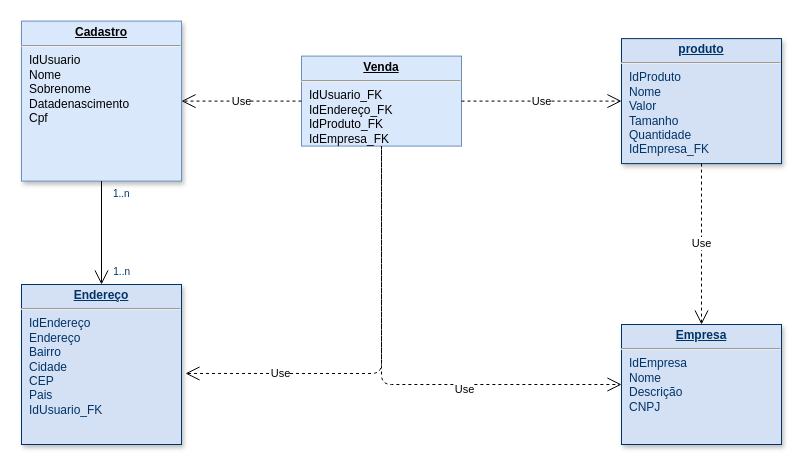
Above: page "Page-1" (1 of 2) of desenho/supertennis.drawio in jhonatalimamacedo/supertennisbd (draw.io), before the change. Source tidied: cells renumbered, new cells numbered last; positions are measured from the earlier drawing's top-left corner, leaving out a move shared by most shapes. Both pictures are drawn from the tidied source at 100%, with x=0, y=0 at pixel (21, 21).
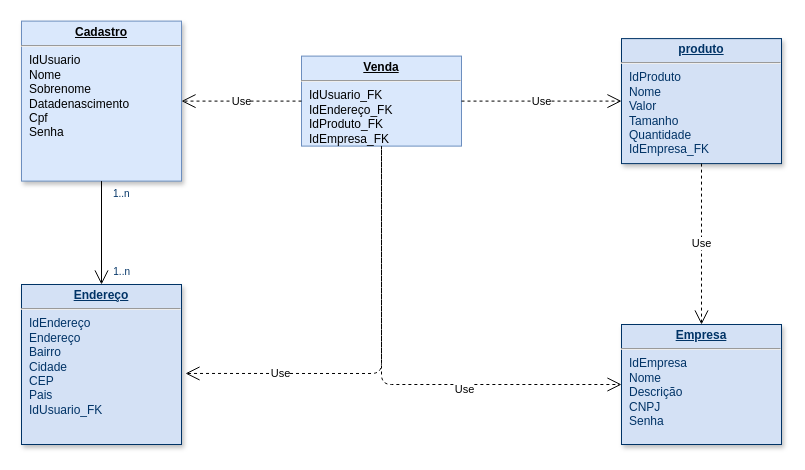
After the change.

Commit message:
update tabela banco

Change to the diagram source:
```diff
@@
 <mxGraphModel>
   <root>
     <mxCell id="0" />
     <mxCell id="1" parent="0" />
-    <mxCell id="2" value="&lt;p style=&quot;margin: 0px ; margin-top: 4px ; text-align: center ; text-decoration: underline&quot;&gt;&lt;b&gt;Empresa&lt;/b&gt;&lt;/p&gt;&lt;hr&gt;&lt;p style=&quot;margin: 0px ; margin-left: 8px&quot;&gt;IdEmpresa&lt;br&gt;Nome&lt;/p&gt;&lt;p style=&quot;margin: 0px ; margin-left: 8px&quot;&gt;Descrição&lt;/p&gt;&lt;p style=&quot;margin: 0px ; margin-left: 8px&quot;&gt;CNPJ&lt;/p&gt;" style="verticalAlign=top;align=left;overflow=fill;fontSize=12;fontFamily=Helvetica;html=1;strokeColor=#003366;shadow=1;fillColor=#D4E1F5;fontColor=#003366;" parent="1" vertex="1">
+    <mxCell id="2" value="&lt;p style=&quot;margin: 0px ; margin-top: 4px ; text-align: center ; text-decoration: underline&quot;&gt;&lt;b&gt;Empresa&lt;/b&gt;&lt;/p&gt;&lt;hr&gt;&lt;p style=&quot;margin: 0px ; margin-left: 8px&quot;&gt;IdEmpresa&lt;br&gt;Nome&lt;/p&gt;&lt;p style=&quot;margin: 0px ; margin-left: 8px&quot;&gt;Descrição&lt;/p&gt;&lt;p style=&quot;margin: 0px ; margin-left: 8px&quot;&gt;CNPJ&lt;/p&gt;&lt;p style=&quot;margin: 0px ; margin-left: 8px&quot;&gt;Senha&lt;/p&gt;" style="verticalAlign=top;align=left;overflow=fill;fontSize=12;fontFamily=Helvetica;html=1;strokeColor=#003366;shadow=1;fillColor=#D4E1F5;fontColor=#003366;" parent="1" vertex="1">
       <mxGeometry x="600" y="303" width="160" height="120" as="geometry" />
     </mxCell>
-    <mxCell id="3" value="&lt;p style=&quot;margin: 0px ; margin-top: 4px ; text-align: center ; text-decoration: underline&quot;&gt;&lt;strong&gt;Cadastro&lt;/strong&gt;&lt;/p&gt;&lt;hr&gt;&lt;p style=&quot;margin: 0px ; margin-left: 8px&quot;&gt;IdUsuario&lt;/p&gt;&lt;p style=&quot;margin: 0px ; margin-left: 8px&quot;&gt;Nome&lt;/p&gt;&lt;p style=&quot;margin: 0px ; margin-left: 8px&quot;&gt;Sobrenome&lt;/p&gt;&lt;p style=&quot;margin: 0px ; margin-left: 8px&quot;&gt;Datadenascimento&lt;/p&gt;&lt;p style=&quot;margin: 0px ; margin-left: 8px&quot;&gt;Cpf&lt;/p&gt;&lt;p style=&quot;margin: 0px ; margin-left: 8px&quot;&gt;&lt;br&gt;&lt;/p&gt;" style="verticalAlign=top;align=left;overflow=fill;fontSize=12;fontFamily=Helvetica;html=1;shadow=1;fillColor=#dae8fc;strokeColor=#6c8ebf;" parent="1" vertex="1">
+    <mxCell id="3" value="&lt;p style=&quot;margin: 0px ; margin-top: 4px ; text-align: center ; text-decoration: underline&quot;&gt;&lt;strong&gt;Cadastro&lt;/strong&gt;&lt;/p&gt;&lt;hr&gt;&lt;p style=&quot;margin: 0px ; margin-left: 8px&quot;&gt;IdUsuario&lt;/p&gt;&lt;p style=&quot;margin: 0px ; margin-left: 8px&quot;&gt;Nome&lt;/p&gt;&lt;p style=&quot;margin: 0px ; margin-left: 8px&quot;&gt;Sobrenome&lt;/p&gt;&lt;p style=&quot;margin: 0px ; margin-left: 8px&quot;&gt;Datadenascimento&lt;/p&gt;&lt;p style=&quot;margin: 0px ; margin-left: 8px&quot;&gt;Cpf&lt;/p&gt;&lt;p style=&quot;margin: 0px ; margin-left: 8px&quot;&gt;Senha&lt;/p&gt;&lt;p style=&quot;margin: 0px ; margin-left: 8px&quot;&gt;&lt;br&gt;&lt;/p&gt;" style="verticalAlign=top;align=left;overflow=fill;fontSize=12;fontFamily=Helvetica;html=1;shadow=1;fillColor=#dae8fc;strokeColor=#6c8ebf;" parent="1" vertex="1">
       <mxGeometry y="-0.4" width="160" height="160" as="geometry" />
     </mxCell>
     <mxCell id="4" value="&lt;p style=&quot;margin: 0px ; margin-top: 4px ; text-align: center ; text-decoration: underline&quot;&gt;&lt;b&gt;produto&lt;/b&gt;&lt;/p&gt;&lt;hr&gt;&lt;p style=&quot;margin: 0px ; margin-left: 8px&quot;&gt;IdProduto&lt;/p&gt;&lt;p style=&quot;margin: 0px ; margin-left: 8px&quot;&gt;Nome&lt;/p&gt;&lt;p style=&quot;margin: 0px ; margin-left: 8px&quot;&gt;Valor&lt;/p&gt;&lt;p style=&quot;margin: 0px ; margin-left: 8px&quot;&gt;Tamanho&lt;/p&gt;&lt;p style=&quot;margin: 0px ; margin-left: 8px&quot;&gt;Quantidade&lt;/p&gt;&lt;p style=&quot;margin: 0px ; margin-left: 8px&quot;&gt;IdEmpresa_FK&lt;/p&gt;" style="verticalAlign=top;align=left;overflow=fill;fontSize=12;fontFamily=Helvetica;html=1;strokeColor=#003366;shadow=1;fillColor=#D4E1F5;fontColor=#003366;" parent="1" vertex="1">
       <mxGeometry x="600" y="17.1" width="160" height="125" as="geometry" />
     </mxCell>
     <mxCell id="5" value="&lt;p style=&quot;margin: 0px ; margin-top: 4px ; text-align: center ; text-decoration: underline&quot;&gt;&lt;b&gt;Endereço&lt;/b&gt;&lt;/p&gt;&lt;hr&gt;&lt;p style=&quot;margin: 0px ; margin-left: 8px&quot;&gt;IdEndereço&lt;/p&gt;&lt;p style=&quot;margin: 0px ; margin-left: 8px&quot;&gt;Endereço&lt;/p&gt;&lt;p style=&quot;margin: 0px ; margin-left: 8px&quot;&gt;Bairro&lt;/p&gt;&lt;p style=&quot;margin: 0px ; margin-left: 8px&quot;&gt;Cidade&lt;/p&gt;&lt;p style=&quot;margin: 0px ; margin-left: 8px&quot;&gt;CEP&lt;/p&gt;&lt;p style=&quot;margin: 0px ; margin-left: 8px&quot;&gt;Pais&lt;/p&gt;&lt;p style=&quot;margin: 0px ; margin-left: 8px&quot;&gt;IdUsuario_FK&lt;/p&gt;&lt;p style=&quot;margin: 0px ; margin-left: 8px&quot;&gt;&lt;br&gt;&lt;/p&gt;" style="verticalAlign=top;align=left;overflow=fill;fontSize=12;fontFamily=Helvetica;html=1;strokeColor=#003366;shadow=1;fillColor=#D4E1F5;fontColor=#003366;" parent="1" vertex="1">
       <mxGeometry y="263" width="160" height="160" as="geometry" />
     </mxCell>
     <mxCell id="6" style="endArrow=open;endSize=12;startArrow=none;startSize=14;startFill=0;edgeStyle=orthogonalEdgeStyle;rounded=0;jumpStyle=none;" parent="1" edge="1" source="3" target="5">
       <mxGeometry x="620" y="340" as="geometry" />
     </mxCell>
     <mxCell id="7" value="1..n" style="align=left;verticalAlign=top;labelBackgroundColor=#ffffff;fontSize=10;strokeColor=#003366;shadow=1;fillColor=#D4E1F5;fontColor=#003366;" parent="6" vertex="1">
       <mxGeometry x="-1" relative="1" as="geometry">
         <mxPoint x="10" as="offset" />
       </mxGeometry>
     </mxCell>
     <mxCell id="8" value="1..n" style="align=right;verticalAlign=top;labelBackgroundColor=#ffffff;fontSize=10;strokeColor=#003366;shadow=1;fillColor=#D4E1F5;fontColor=#003366;" parent="6" vertex="1">
       <mxGeometry x="1" relative="1" as="geometry">
         <mxPoint x="30" y="-25" as="offset" />
       </mxGeometry>
     </mxCell>
     <mxCell id="9" value="&lt;p style=&quot;margin: 0px ; margin-top: 4px ; text-align: center ; text-decoration: underline&quot;&gt;&lt;b&gt;Venda&lt;/b&gt;&lt;/p&gt;&lt;hr&gt;&lt;p style=&quot;margin: 0px ; margin-left: 8px&quot;&gt;IdUsuario_FK&lt;/p&gt;&lt;p style=&quot;margin: 0px ; margin-left: 8px&quot;&gt;IdEndereço_FK&lt;/p&gt;&lt;p style=&quot;margin: 0px ; margin-left: 8px&quot;&gt;IdProduto_FK&lt;/p&gt;&lt;p style=&quot;margin: 0px ; margin-left: 8px&quot;&gt;IdEmpresa_FK&lt;/p&gt;" style="verticalAlign=top;align=left;overflow=fill;fontSize=12;fontFamily=Helvetica;html=1;fillColor=#dae8fc;strokeColor=#6c8ebf;rounded=0;sketch=0;glass=0;" parent="1" vertex="1">
       <mxGeometry x="280" y="34.6" width="160" height="90" as="geometry" />
     </mxCell>
     <mxCell id="10" value="Use" style="endArrow=open;endSize=12;dashed=1;html=1;exitX=0;exitY=0.5;exitDx=0;exitDy=0;entryX=1;entryY=0.5;entryDx=0;entryDy=0;" parent="1" edge="1" source="9" target="3">
       <mxGeometry relative="1" as="geometry" />
     </mxCell>
     <mxCell id="11" value="Use" style="endArrow=open;endSize=12;dashed=1;html=1;exitX=1;exitY=0.5;exitDx=0;exitDy=0;entryX=0;entryY=0.5;entryDx=0;entryDy=0;" parent="1" edge="1" source="9" target="4">
       <mxGeometry relative="1" as="geometry" />
     </mxCell>
     <mxCell id="12" value="Use" style="endArrow=open;endSize=12;dashed=1;html=1;exitX=0.5;exitY=1;exitDx=0;exitDy=0;entryX=0.5;entryY=0;entryDx=0;entryDy=0;" parent="1" edge="1" source="4" target="2">
       <mxGeometry relative="1" as="geometry" />
     </mxCell>
     <mxCell id="13" value="Use" style="endArrow=open;endSize=12;dashed=1;html=1;exitX=0.5;exitY=1;exitDx=0;exitDy=0;entryX=1.025;entryY=0.556;entryDx=0;entryDy=0;entryPerimeter=0;" parent="1" edge="1" source="9" target="5">
       <mxGeometry x="0.55" relative="1" as="geometry">
         <Array as="points">
           <mxPoint x="360" y="352" />
         </Array>
       </mxGeometry>
     </mxCell>
     <mxCell id="14" value="Use" style="endArrow=open;endSize=12;dashed=1;html=1;entryX=0;entryY=0.5;entryDx=0;entryDy=0;" parent="1" edge="1" target="2">
       <mxGeometry x="0.34" y="-5" relative="1" as="geometry">
         <mxPoint x="360" y="128" as="sourcePoint" />
         <Array as="points">
           <mxPoint x="360" y="363" />
         </Array>
       </mxGeometry>
     </mxCell>
   </root>
 </mxGraphModel>
```
